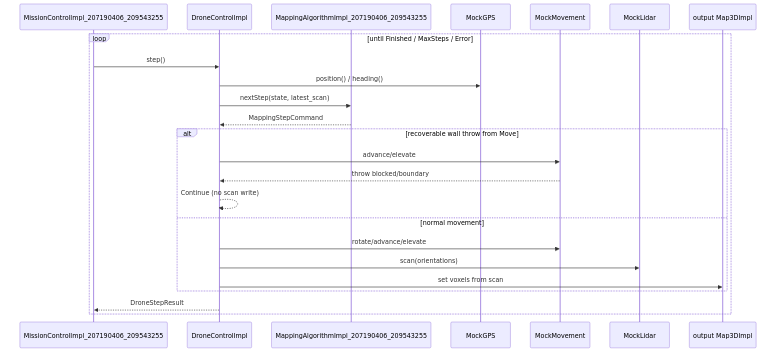
This is docs/hld/seq-drone-step.png from Sagi154/Drone-Mapper-ex3, a Mermaid export, as it was before one commit. Its source is kept beside it as docs/hld/seq-drone-step.mmd. The source it was exported from:
```mermaid
sequenceDiagram
    participant MC as MissionControlImpl_207190406_209543255
    participant DC as DroneControlImpl
    participant Algo as MappingAlgorithmImpl_207190406_209543255
    participant GPS as MockGPS
    participant Move as MockMovement
    participant Lidar as MockLidar
    participant Map as output Map3DImpl

    loop until Finished / MaxSteps / Error
        MC->>DC: step()
        DC->>GPS: position() / heading()
        DC->>Algo: nextStep(state, latest_scan)
        Algo-->>DC: MappingStepCommand
        alt recoverable wall throw from Move
            DC->>Move: advance/elevate
            Move-->>DC: throw blocked/boundary
            DC-->>DC: Continue (no scan write)
        else normal movement
            DC->>Move: rotate/advance/elevate
            DC->>Lidar: scan(orientations)
            DC->>Map: set voxels from scan
        end
        DC-->>MC: DroneStepResult
    end
```
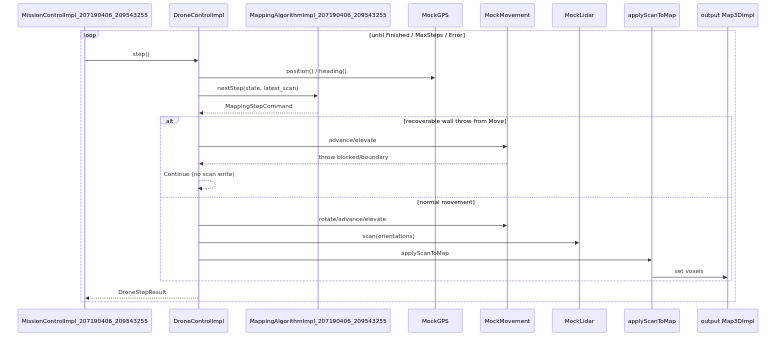
After the commit.

Diff of the diagram source:
```diff
@@ -5,6 +5,7 @@
     participant GPS as MockGPS
     participant Move as MockMovement
     participant Lidar as MockLidar
+    participant SR as applyScanToMap
     participant Map as output Map3DImpl
 
     loop until Finished / MaxSteps / Error
@@ -19,7 +20,8 @@
         else normal movement
             DC->>Move: rotate/advance/elevate
             DC->>Lidar: scan(orientations)
-            DC->>Map: set voxels from scan
+            DC->>SR: applyScanToMap
+            SR->>Map: set voxels
         end
         DC-->>MC: DroneStepResult
     end
```
